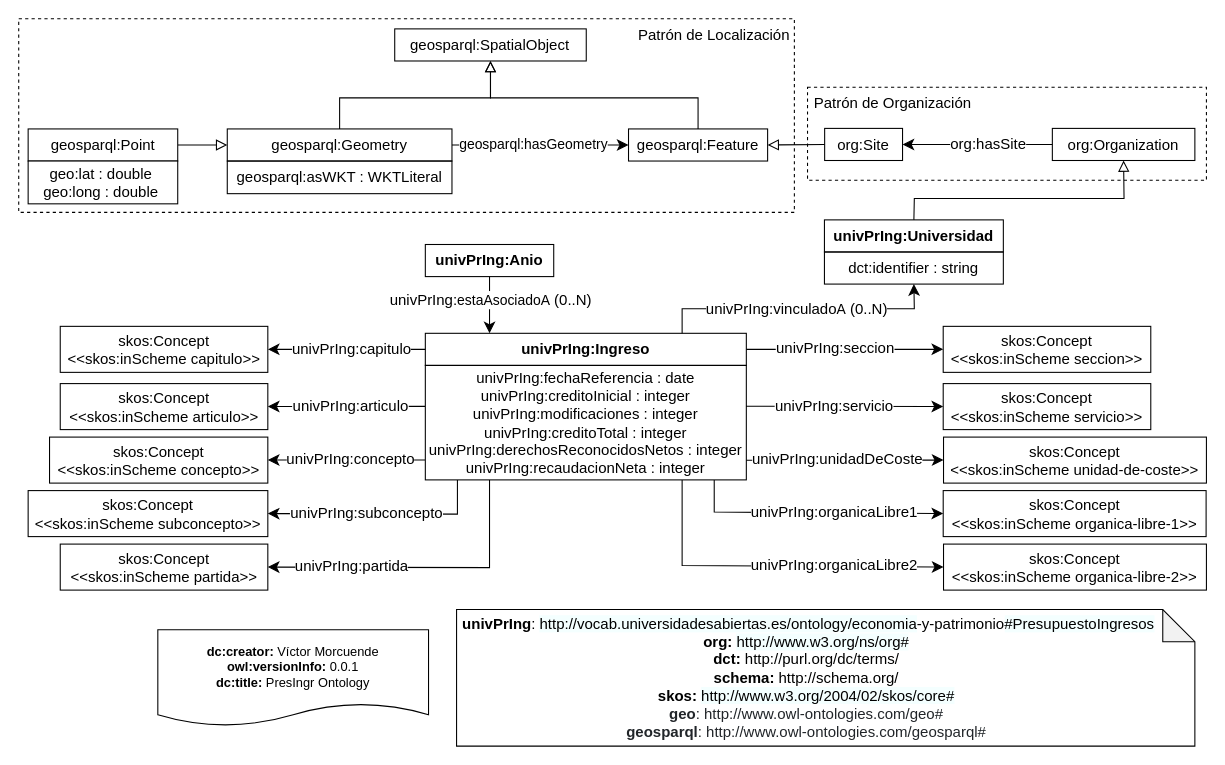
Above: vocab-presupuesto-ingresos/PresIngr Diagrama_v1.drawio in openuniversitydata/economia-y-patrimonio (draw.io), before the change. Source tidied: cells renumbered, new cells numbered last; positions are measured from the earlier drawing's top-left corner, leaving out a move shared by most shapes. Both pictures are drawn from the tidied source at 107%, with x=0, y=0 at pixel (18, 18).
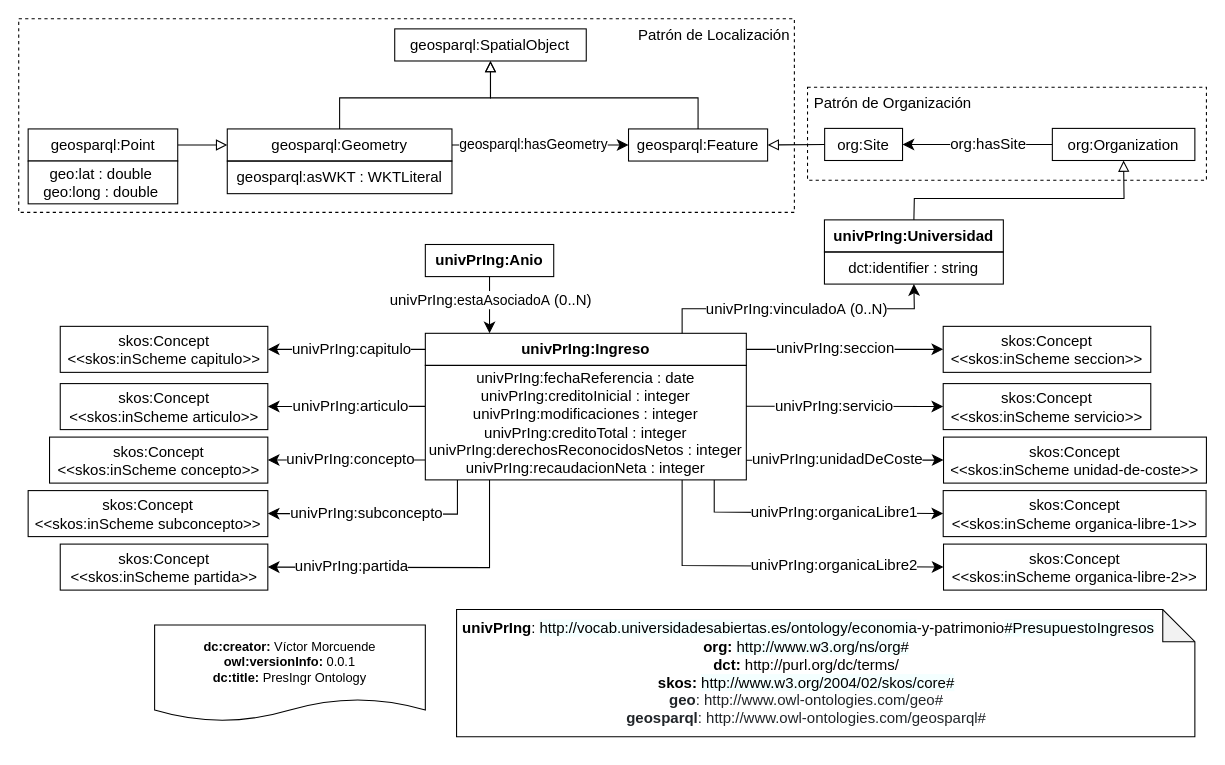
The same diagram, later.

Diff of the diagram source:
```diff
@@
     <mxCell id="2" value="&lt;div&gt;&lt;b&gt;dc:creator:&lt;/b&gt;&amp;nbsp;Víctor Morcuende&lt;/div&gt;&lt;div&gt;&lt;b&gt;owl:versionInfo:&lt;/b&gt; 0.0.1&lt;/div&gt;&lt;div&gt;&lt;b&gt;dc:title:&lt;/b&gt; PresIngr Ontology&lt;/div&gt;" style="shape=document;whiteSpace=wrap;html=1;boundedLbl=1;labelBackgroundColor=#ffffff;strokeColor=#000000;fontSize=12;fontColor=#000000;size=0.23333333333333334;fillColor=none;" parent="1" vertex="1">
-      <mxGeometry x="130" y="571" width="253" height="90" as="geometry" />
+      <mxGeometry x="127" y="566.6" width="253" height="90" as="geometry" />
     </mxCell>
-    <mxCell id="3" value="&lt;div&gt;&lt;div&gt;&lt;div&gt;&lt;div&gt;&lt;div&gt;&lt;b&gt;&amp;nbsp;univPrIng&lt;/b&gt;:&amp;nbsp;&lt;span style=&quot;background-color: rgb(244 , 255 , 255)&quot;&gt;http://vocab.universidadesabiertas.es/ontology/economia&lt;/span&gt;-y-patrimonio&lt;span style=&quot;background-color: rgb(244 , 255 , 255)&quot;&gt;#PresupuestoIngresos&lt;/span&gt;&lt;/div&gt;&lt;/div&gt;&lt;/div&gt;&lt;/div&gt;&lt;/div&gt;&lt;div&gt;&lt;div style=&quot;text-align: center&quot;&gt;&lt;b&gt;org:&amp;nbsp;&lt;/b&gt;&lt;span style=&quot;background-color: rgb(244 , 255 , 255)&quot;&gt;http://www.w3.org/ns/org#&lt;/span&gt;&lt;br&gt;&lt;/div&gt;&lt;div&gt;&lt;div style=&quot;text-align: center&quot;&gt;&lt;b&gt;dct:&amp;nbsp;&lt;/b&gt;http://purl.org/dc/terms/&lt;br&gt;&lt;/div&gt;&lt;div style=&quot;text-align: center&quot;&gt;&lt;b&gt;schema:&lt;/b&gt; http://schema.org/&lt;/div&gt;&lt;div style=&quot;text-align: center&quot;&gt;&lt;b&gt;skos:&amp;nbsp;&lt;/b&gt;&lt;span style=&quot;background-color: rgb(244 , 255 , 255)&quot;&gt;http://www.w3.org/2004/02/skos/core#&lt;/span&gt;&lt;br&gt;&lt;/div&gt;&lt;div&gt;&lt;/div&gt;&lt;span&gt;&lt;div style=&quot;text-align: center&quot;&gt;&lt;span style=&quot;color: rgb(33 , 37 , 41) ; box-sizing: border-box&quot;&gt;&lt;b&gt;geo&lt;/b&gt;:&amp;nbsp;&lt;/span&gt;&lt;span style=&quot;color: rgb(33 , 37 , 41)&quot;&gt;http://www.owl-ontologies.com/geo#&lt;/span&gt;&lt;br&gt;&lt;/div&gt;&lt;/span&gt;&lt;div style=&quot;text-align: center&quot;&gt;&lt;span style=&quot;color: rgb(33 , 37 , 41) ; box-sizing: border-box&quot;&gt;&lt;b&gt;geosparql&lt;/b&gt;:&amp;nbsp;&lt;/span&gt;&lt;span style=&quot;color: rgb(33 , 37 , 41)&quot;&gt;http://www.owl-ontologies.com/geosparql#&lt;/span&gt;&lt;/div&gt;&lt;/div&gt;&lt;/div&gt;" style="shape=note;whiteSpace=wrap;html=1;backgroundOutline=1;darkOpacity=0.05;fontSize=14;fillColor=none;align=left;" parent="1" vertex="1">
-      <mxGeometry x="409.2" y="552.2" width="690" height="127.6" as="geometry" />
+    <mxCell id="3" value="&lt;div&gt;&lt;div&gt;&lt;div&gt;&lt;div&gt;&lt;div&gt;&lt;b&gt;&amp;nbsp;univPrIng&lt;/b&gt;:&amp;nbsp;&lt;span style=&quot;background-color: rgb(244 , 255 , 255)&quot;&gt;http://vocab.universidadesabiertas.es/ontology/economia&lt;/span&gt;-y-patrimonio&lt;span style=&quot;background-color: rgb(244 , 255 , 255)&quot;&gt;#PresupuestoIngresos&lt;/span&gt;&lt;/div&gt;&lt;/div&gt;&lt;/div&gt;&lt;/div&gt;&lt;/div&gt;&lt;div&gt;&lt;div style=&quot;text-align: center&quot;&gt;&lt;b&gt;org:&amp;nbsp;&lt;/b&gt;&lt;span style=&quot;background-color: rgb(244 , 255 , 255)&quot;&gt;http://www.w3.org/ns/org#&lt;/span&gt;&lt;br&gt;&lt;/div&gt;&lt;div&gt;&lt;div style=&quot;text-align: center&quot;&gt;&lt;b&gt;dct:&amp;nbsp;&lt;/b&gt;http://purl.org/dc/terms/&lt;/div&gt;&lt;div style=&quot;text-align: center&quot;&gt;&lt;b&gt;skos:&amp;nbsp;&lt;/b&gt;&lt;span style=&quot;background-color: rgb(244 , 255 , 255)&quot;&gt;http://www.w3.org/2004/02/skos/core#&lt;/span&gt;&lt;br&gt;&lt;/div&gt;&lt;div&gt;&lt;/div&gt;&lt;span&gt;&lt;div style=&quot;text-align: center&quot;&gt;&lt;span style=&quot;color: rgb(33 , 37 , 41) ; box-sizing: border-box&quot;&gt;&lt;b&gt;geo&lt;/b&gt;:&amp;nbsp;&lt;/span&gt;&lt;span style=&quot;color: rgb(33 , 37 , 41)&quot;&gt;http://www.owl-ontologies.com/geo#&lt;/span&gt;&lt;br&gt;&lt;/div&gt;&lt;/span&gt;&lt;div style=&quot;text-align: center&quot;&gt;&lt;span style=&quot;color: rgb(33 , 37 , 41) ; box-sizing: border-box&quot;&gt;&lt;b&gt;geosparql&lt;/b&gt;:&amp;nbsp;&lt;/span&gt;&lt;span style=&quot;color: rgb(33 , 37 , 41)&quot;&gt;http://www.owl-ontologies.com/geosparql#&lt;/span&gt;&lt;/div&gt;&lt;/div&gt;&lt;/div&gt;" style="shape=note;whiteSpace=wrap;html=1;backgroundOutline=1;darkOpacity=0.05;fontSize=14;fillColor=none;align=left;" parent="1" vertex="1">
+      <mxGeometry x="409.2" y="552.2" width="690" height="118.8" as="geometry" />
     </mxCell>
```
